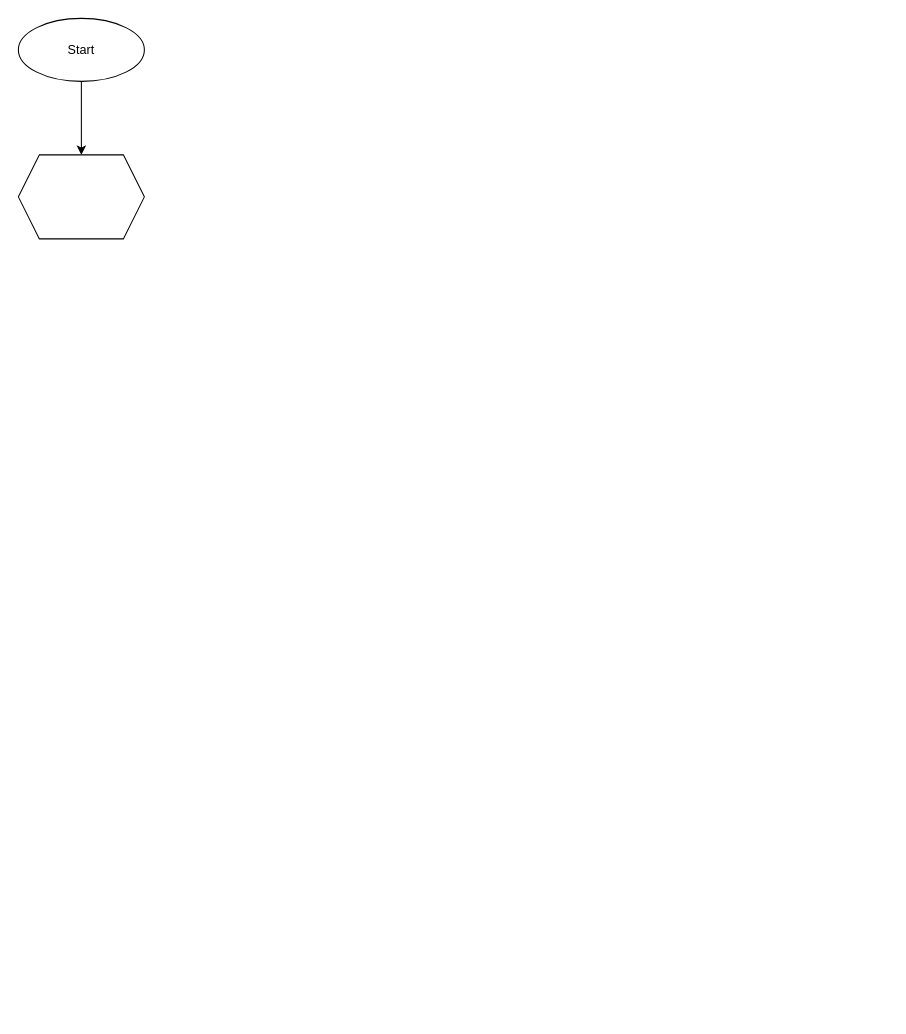
The draw.io diagram Lesson_5-6/task_34_sum.drawio in Fostix/GB_Python_Tasks, before the edit. Source tidied: cells renumbered, new cells numbered last; positions are measured from the earlier drawing's top-left corner, leaving out a move shared by most shapes. Both pictures are drawn from the tidied source at 105%, with x=0, y=0 at pixel (18, 18).
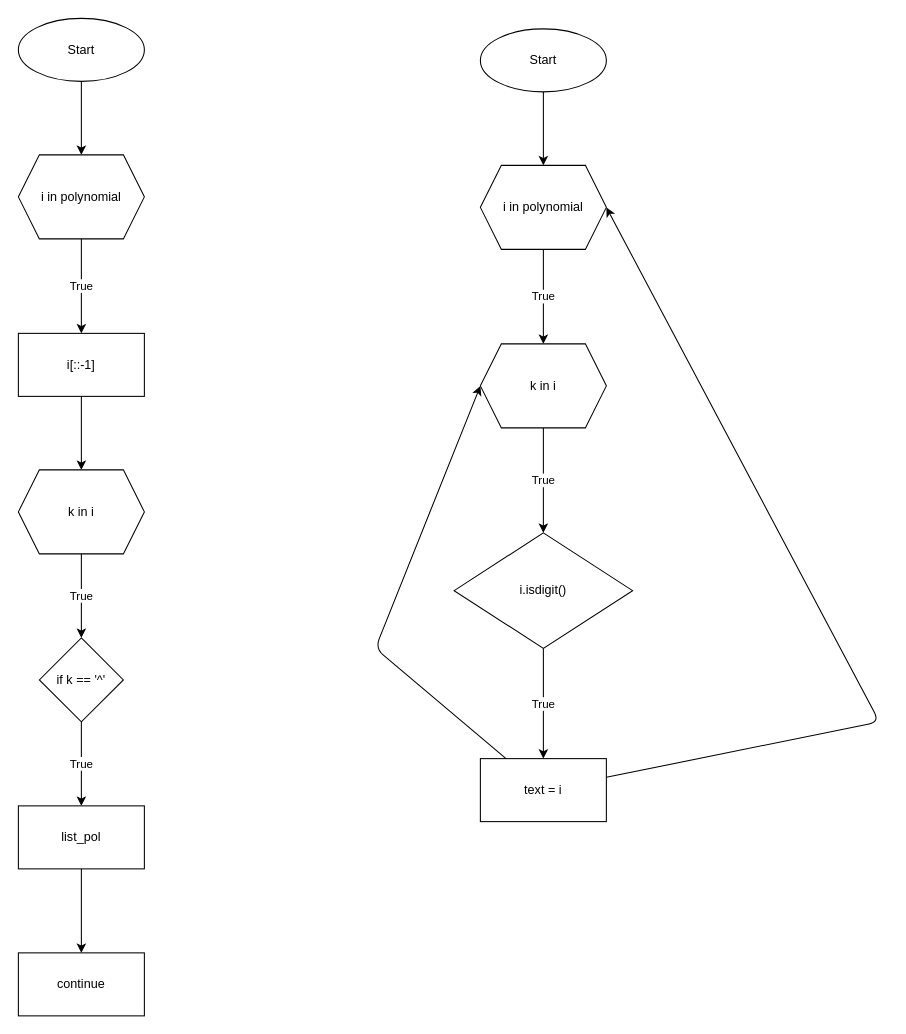
Above is the later version.

Commit message (it also covers changes not shown here):
try return first progress

The edit, as a diff of the source:
```diff
@@
+    <mxCell id="5" value="True" style="edgeStyle=none;html=1;" parent="1" edge="1" source="4" target="7">
+      <mxGeometry relative="1" as="geometry" />
+    </mxCell>
-    <mxCell id="4" style="shape=hexagon;perimeter=hexagonPerimeter2;whiteSpace=wrap;html=1;fixedSize=1;" parent="1" vertex="1">
+    <mxCell id="4" value="i in polynomial" style="shape=hexagon;perimeter=hexagonPerimeter2;whiteSpace=wrap;html=1;fixedSize=1;" parent="1" vertex="1">
       <mxGeometry y="130" width="120" height="80" as="geometry" />
     </mxCell>
+    <mxCell id="6" style="edgeStyle=none;html=1;" parent="1" edge="1" source="7" target="9">
+      <mxGeometry relative="1" as="geometry" />
+    </mxCell>
+    <mxCell id="7" value="i[::-1]" style="whiteSpace=wrap;html=1;" parent="1" vertex="1">
+      <mxGeometry y="300" width="120" height="60" as="geometry" />
+    </mxCell>
+    <mxCell id="8" value="True" style="edgeStyle=none;html=1;" parent="1" edge="1" source="9" target="11">
+      <mxGeometry relative="1" as="geometry" />
+    </mxCell>
+    <mxCell id="9" value="k in i" style="shape=hexagon;perimeter=hexagonPerimeter2;whiteSpace=wrap;html=1;fixedSize=1;" parent="1" vertex="1">
+      <mxGeometry y="430" width="120" height="80" as="geometry" />
+    </mxCell>
+    <mxCell id="10" value="True" style="edgeStyle=none;html=1;" parent="1" edge="1" source="11" target="14">
+      <mxGeometry relative="1" as="geometry" />
+    </mxCell>
+    <mxCell id="11" value="if k == '^'" style="rhombus;whiteSpace=wrap;html=1;" parent="1" vertex="1">
+      <mxGeometry x="20" y="590" width="80" height="80" as="geometry" />
+    </mxCell>
+    <mxCell id="12" value="continue" style="whiteSpace=wrap;html=1;" parent="1" vertex="1">
+      <mxGeometry y="890" width="120" height="60" as="geometry" />
+    </mxCell>
+    <mxCell id="13" style="edgeStyle=none;html=1;" parent="1" edge="1" source="14" target="12">
+      <mxGeometry relative="1" as="geometry" />
+    </mxCell>
+    <mxCell id="14" value="list_pol" style="whiteSpace=wrap;html=1;" parent="1" vertex="1">
+      <mxGeometry y="750" width="120" height="60" as="geometry" />
+    </mxCell>
+    <mxCell id="15" style="edgeStyle=none;html=1;" parent="1" edge="1" source="16" target="18">
+      <mxGeometry relative="1" as="geometry" />
+    </mxCell>
+    <mxCell id="16" value="Start" style="ellipse;whiteSpace=wrap;html=1;" parent="1" vertex="1">
+      <mxGeometry x="440" y="10" width="120" height="60" as="geometry" />
+    </mxCell>
+    <mxCell id="17" value="True" style="edgeStyle=none;html=1;" parent="1" edge="1" source="18" target="25">
+      <mxGeometry relative="1" as="geometry" />
+    </mxCell>
+    <mxCell id="18" value="i in polynomial" style="shape=hexagon;perimeter=hexagonPerimeter2;whiteSpace=wrap;html=1;fixedSize=1;" parent="1" vertex="1">
+      <mxGeometry x="440" y="140" width="120" height="80" as="geometry" />
+    </mxCell>
+    <mxCell id="19" value="True" style="edgeStyle=none;html=1;" parent="1" edge="1" source="20" target="23">
+      <mxGeometry relative="1" as="geometry" />
+    </mxCell>
+    <mxCell id="20" value="i.isdigit()" style="rhombus;whiteSpace=wrap;html=1;" parent="1" vertex="1">
+      <mxGeometry x="415" y="490" width="170" height="110" as="geometry" />
+    </mxCell>
+    <mxCell id="21" style="edgeStyle=none;html=1;entryX=1;entryY=0.5;entryDx=0;entryDy=0;" parent="1" edge="1" source="23" target="18">
+      <mxGeometry relative="1" as="geometry">
+        <Array as="points">
+          <mxPoint x="820" y="670" />
+        </Array>
+      </mxGeometry>
+    </mxCell>
+    <mxCell id="22" style="edgeStyle=none;html=1;entryX=0;entryY=0.5;entryDx=0;entryDy=0;" parent="1" edge="1" source="23" target="25">
+      <mxGeometry relative="1" as="geometry">
+        <Array as="points">
+          <mxPoint x="340" y="600" />
+        </Array>
+      </mxGeometry>
+    </mxCell>
+    <mxCell id="23" value="text = i" style="whiteSpace=wrap;html=1;" parent="1" vertex="1">
+      <mxGeometry x="440" y="705" width="120" height="60" as="geometry" />
+    </mxCell>
+    <mxCell id="24" value="True" style="edgeStyle=none;html=1;" parent="1" edge="1" source="25" target="20">
+      <mxGeometry relative="1" as="geometry" />
+    </mxCell>
+    <mxCell id="25" value="k in i" style="shape=hexagon;perimeter=hexagonPerimeter2;whiteSpace=wrap;html=1;fixedSize=1;" parent="1" vertex="1">
+      <mxGeometry x="440" y="310" width="120" height="80" as="geometry" />
+    </mxCell>
```
